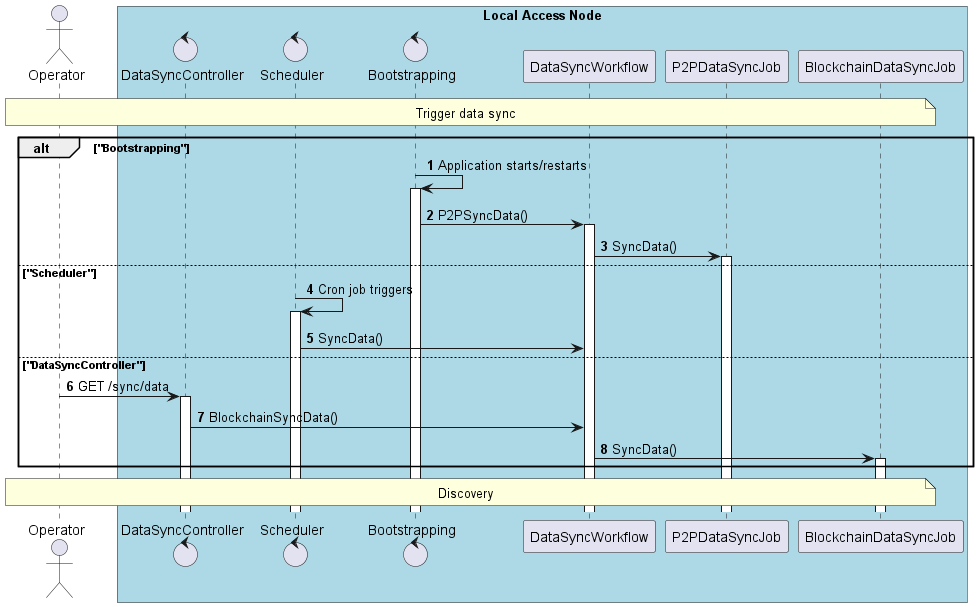
Earlier version of the PlantUML export desmos-tech-doc/images/use-case-data-synchronization-1-triggering.png (in2workspace/in2-guides).
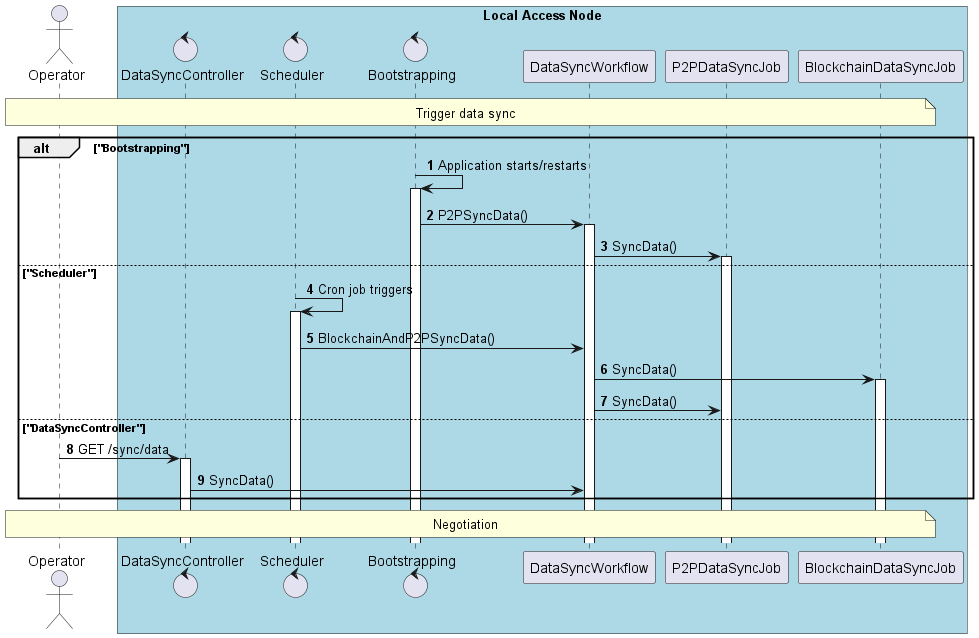
After the change.

Commit message:
feat(data-syncronization): update triggering diagram

What changed in the source:
```diff
@@ -26,15 +26,16 @@
     data_sync_workflow -> p2p_data_sync_job++: SyncData()
 else "Scheduler"
     scheduler -> scheduler++: Cron job triggers
-    scheduler -> data_sync_workflow: SyncData()
+    scheduler -> data_sync_workflow: BlockchainAndP2PSyncData()
+    data_sync_workflow -> blockchain_data_sync_job++: SyncData()
+    data_sync_workflow -> p2p_data_sync_job: SyncData()
 else "DataSyncController"
     operator -> data_sync_controller++: GET /sync/data
-    data_sync_controller -> data_sync_workflow: BlockchainSyncData()
-    data_sync_workflow -> blockchain_data_sync_job++: SyncData()
+    data_sync_controller -> data_sync_workflow: SyncData()
 end
 
 note over operator, blockchain_data_sync_job
-    Discovery
+    Negotiation
 end note
 
 @enduml
```
